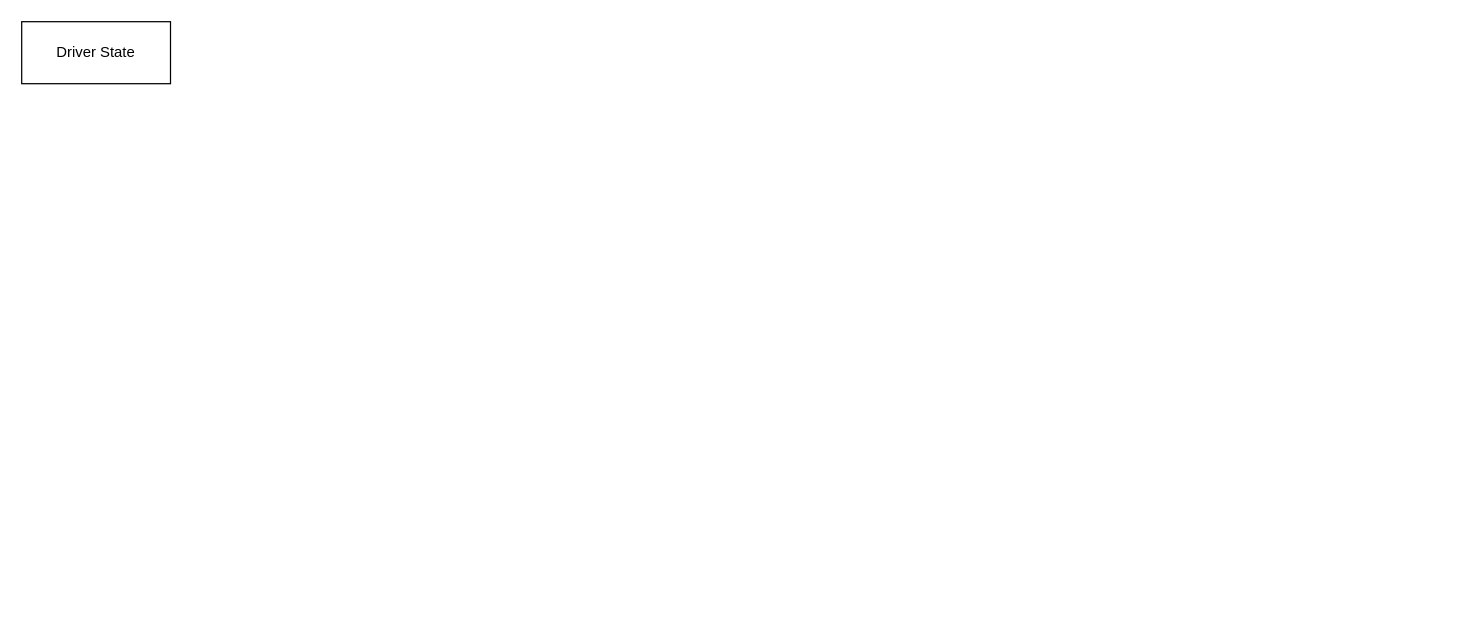
pokowee/tinyrenderer_fork keeps this draw.io diagram as 未命名绘图.drawio. Above is the earlier version. Source tidied: cells renumbered, new cells numbered last; positions are measured from the earlier drawing's top-left corner, leaving out a move shared by most shapes. Both pictures are drawn from the tidied source at 124%, with x=0, y=0 at pixel (21, 21).
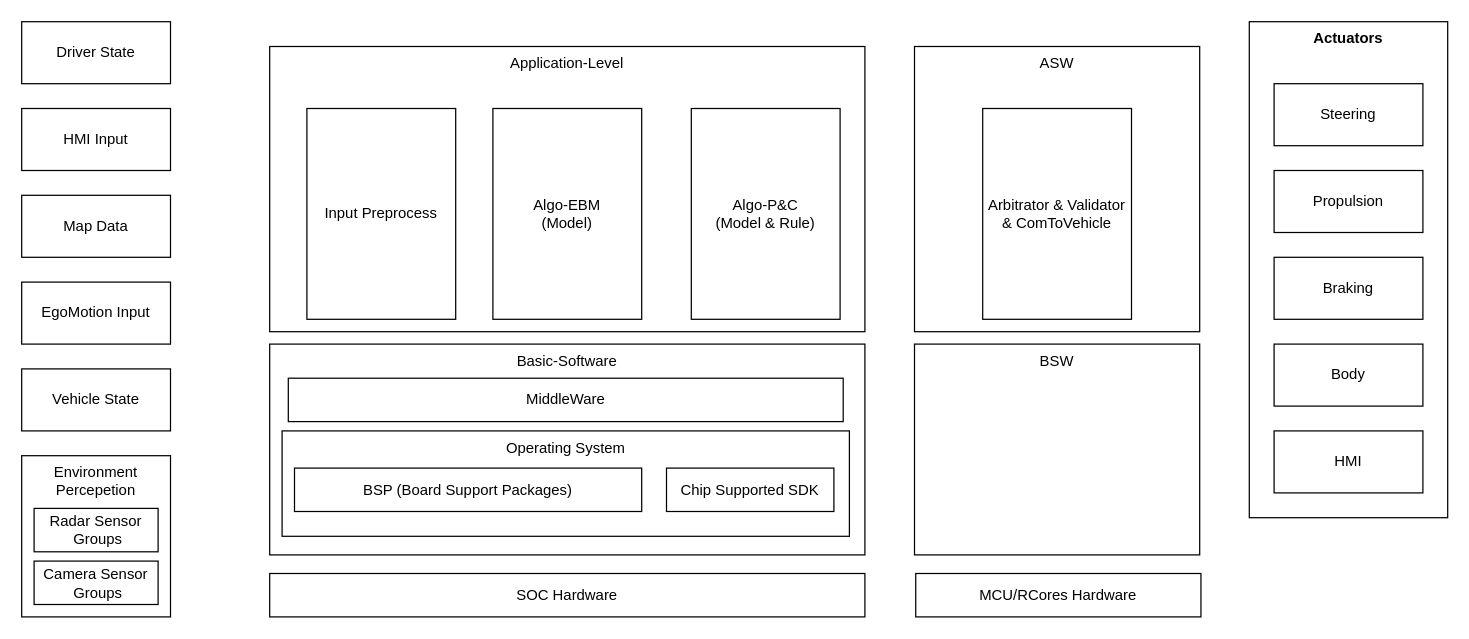
Above is the later version.

What changed in the source:
```diff
@@
+    <mxCell id="3" value="ASW" style="rounded=0;whiteSpace=wrap;html=1;verticalAlign=top;" parent="1" vertex="1">
+      <mxGeometry x="720" y="20" width="230" height="230" as="geometry" />
+    </mxCell>
+    <mxCell id="4" value="Basic-Software" style="rounded=0;whiteSpace=wrap;html=1;verticalAlign=top;" parent="1" vertex="1">
+      <mxGeometry x="200" y="260" width="480" height="170" as="geometry" />
+    </mxCell>
+    <mxCell id="5" value="Application-Level" style="rounded=0;whiteSpace=wrap;html=1;verticalAlign=top;" parent="1" vertex="1">
+      <mxGeometry x="200" y="20" width="480" height="230" as="geometry" />
+    </mxCell>
+    <mxCell id="6" value="&lt;b&gt;Actuators&lt;/b&gt;" style="rounded=0;whiteSpace=wrap;html=1;verticalAlign=top;" parent="1" vertex="1">
+      <mxGeometry x="990" width="160" height="400" as="geometry" />
+    </mxCell>
@@
+    <mxCell id="7" value="HMI Input" style="rounded=0;whiteSpace=wrap;html=1;" parent="1" vertex="1">
+      <mxGeometry y="70" width="120" height="50" as="geometry" />
+    </mxCell>
+    <mxCell id="8" value="Map Data" style="rounded=0;whiteSpace=wrap;html=1;" parent="1" vertex="1">
+      <mxGeometry y="140" width="120" height="50" as="geometry" />
+    </mxCell>
+    <mxCell id="9" value="EgoMotion Input" style="rounded=0;whiteSpace=wrap;html=1;" parent="1" vertex="1">
+      <mxGeometry y="210" width="120" height="50" as="geometry" />
+    </mxCell>
+    <mxCell id="10" value="Vehicle State" style="rounded=0;whiteSpace=wrap;html=1;" parent="1" vertex="1">
+      <mxGeometry y="280" width="120" height="50" as="geometry" />
+    </mxCell>
+    <mxCell id="11" value="Environment Percepetion" style="rounded=0;whiteSpace=wrap;html=1;verticalAlign=top;" parent="1" vertex="1">
+      <mxGeometry y="350" width="120" height="130" as="geometry" />
+    </mxCell>
+    <mxCell id="12" value="Input Preprocess" style="rounded=0;whiteSpace=wrap;html=1;" parent="1" vertex="1">
+      <mxGeometry x="230" y="70" width="120" height="170" as="geometry" />
+    </mxCell>
+    <mxCell id="13" value="Algo-EBM&lt;br&gt;(Model)" style="rounded=0;whiteSpace=wrap;html=1;" parent="1" vertex="1">
+      <mxGeometry x="380" y="70" width="120" height="170" as="geometry" />
+    </mxCell>
+    <mxCell id="14" value="Algo-P&amp;amp;C&lt;br&gt;(Model &amp;amp; Rule)" style="rounded=0;whiteSpace=wrap;html=1;" parent="1" vertex="1">
+      <mxGeometry x="540" y="70" width="120" height="170" as="geometry" />
+    </mxCell>
+    <mxCell id="15" value="Arbitrator &amp;amp; Validator &amp;amp; ComToVehicle" style="rounded=0;whiteSpace=wrap;html=1;" parent="1" vertex="1">
+      <mxGeometry x="775" y="70" width="120" height="170" as="geometry" />
+    </mxCell>
+    <mxCell id="16" value="Steering" style="rounded=0;whiteSpace=wrap;html=1;" parent="1" vertex="1">
+      <mxGeometry x="1010" y="50" width="120" height="50" as="geometry" />
+    </mxCell>
+    <mxCell id="17" value="Propulsion" style="rounded=0;whiteSpace=wrap;html=1;" parent="1" vertex="1">
+      <mxGeometry x="1010" y="120" width="120" height="50" as="geometry" />
+    </mxCell>
+    <mxCell id="18" value="Braking" style="rounded=0;whiteSpace=wrap;html=1;" parent="1" vertex="1">
+      <mxGeometry x="1010" y="190" width="120" height="50" as="geometry" />
+    </mxCell>
+    <mxCell id="19" value="Body" style="rounded=0;whiteSpace=wrap;html=1;" parent="1" vertex="1">
+      <mxGeometry x="1010" y="260" width="120" height="50" as="geometry" />
+    </mxCell>
+    <mxCell id="20" value="HMI" style="rounded=0;whiteSpace=wrap;html=1;" parent="1" vertex="1">
+      <mxGeometry x="1010" y="330" width="120" height="50" as="geometry" />
+    </mxCell>
+    <mxCell id="21" value="Radar Sensor&lt;div&gt;&amp;nbsp;Groups&lt;/div&gt;" style="rounded=0;whiteSpace=wrap;html=1;" parent="1" vertex="1">
+      <mxGeometry x="10" y="392.5" width="100" height="35" as="geometry" />
+    </mxCell>
+    <mxCell id="22" value="Camera Sensor&lt;div&gt;&amp;nbsp;Groups&lt;/div&gt;" style="rounded=0;whiteSpace=wrap;html=1;" parent="1" vertex="1">
+      <mxGeometry x="10" y="435" width="100" height="35" as="geometry" />
+    </mxCell>
+    <mxCell id="23" value="MiddleWare" style="rounded=0;whiteSpace=wrap;html=1;" parent="1" vertex="1">
+      <mxGeometry x="215" y="287.5" width="447.5" height="35" as="geometry" />
+    </mxCell>
+    <mxCell id="24" value="Operating System" style="rounded=0;whiteSpace=wrap;html=1;verticalAlign=top;" parent="1" vertex="1">
+      <mxGeometry x="210" y="330" width="457.5" height="85" as="geometry" />
+    </mxCell>
+    <mxCell id="25" value="BSP (Board Support Packages)" style="rounded=0;whiteSpace=wrap;html=1;" parent="1" vertex="1">
+      <mxGeometry x="220" y="360" width="280" height="35" as="geometry" />
+    </mxCell>
+    <mxCell id="26" value="Chip Supported SDK" style="rounded=0;whiteSpace=wrap;html=1;" parent="1" vertex="1">
+      <mxGeometry x="520" y="360" width="135" height="35" as="geometry" />
+    </mxCell>
+    <mxCell id="27" value="SOC Hardware" style="rounded=0;whiteSpace=wrap;html=1;" parent="1" vertex="1">
+      <mxGeometry x="200" y="445" width="480" height="35" as="geometry" />
+    </mxCell>
+    <mxCell id="28" value="BSW" style="rounded=0;whiteSpace=wrap;html=1;verticalAlign=top;" parent="1" vertex="1">
+      <mxGeometry x="720" y="260" width="230" height="170" as="geometry" />
+    </mxCell>
+    <mxCell id="29" value="MCU/RCores Hardware" style="rounded=0;whiteSpace=wrap;html=1;" parent="1" vertex="1">
+      <mxGeometry x="721" y="445" width="230" height="35" as="geometry" />
+    </mxCell>
```
